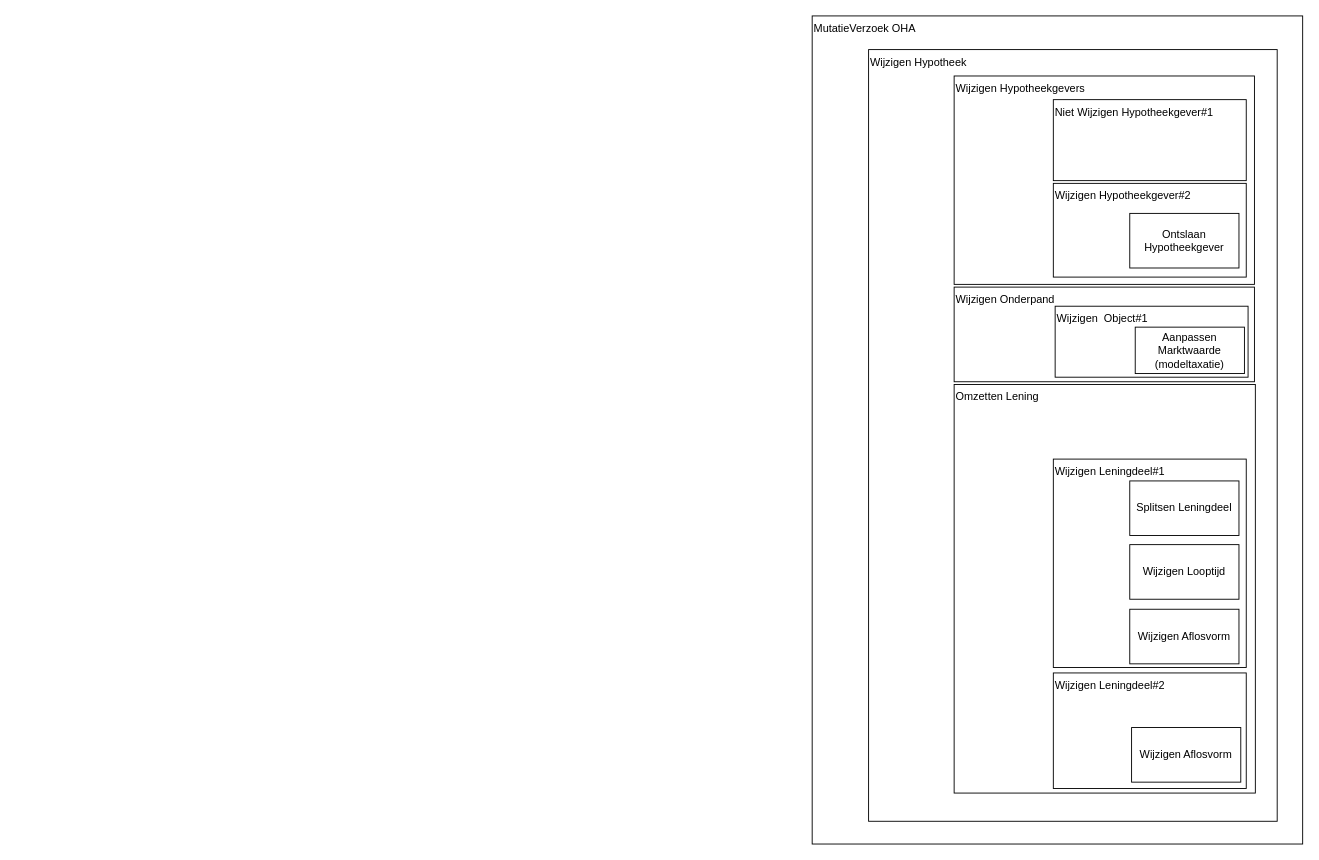
Above: GIm-GOM-GUM.drawio in luchthandel/diagrams (draw.io), before the change. Source tidied: cells renumbered, new cells numbered last; positions are measured from the earlier drawing's top-left corner, leaving out a move shared by most shapes. Both pictures are drawn from the tidied source at 91%, with x=0, y=0 at pixel (812, 15).
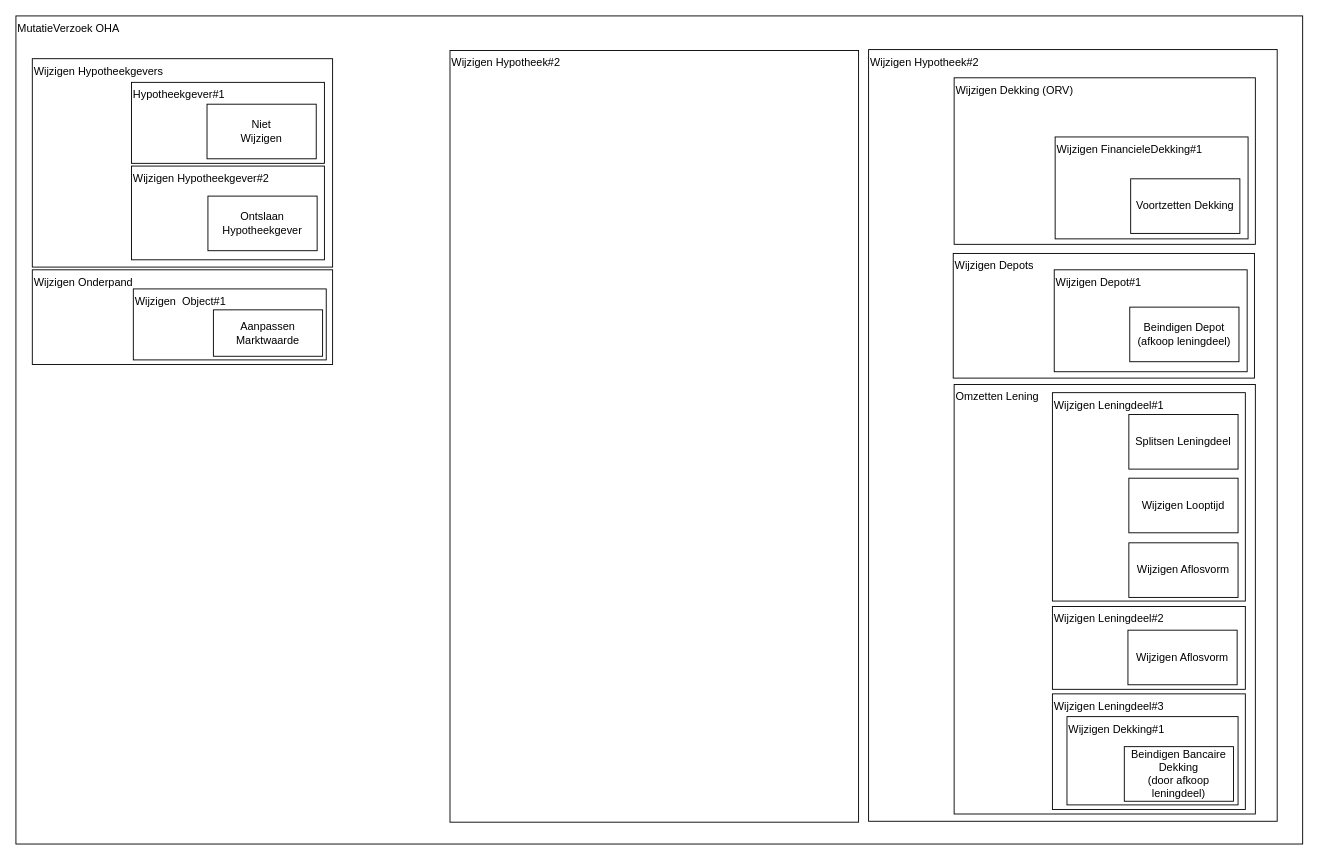
After the change.

Change to the diagram source:
```diff
@@
     <mxCell id="2" value="MutatieVerzoek OHA" style="rounded=0;whiteSpace=wrap;html=1;align=left;verticalAlign=top;" parent="1" vertex="1">
-      <mxGeometry width="539" height="910" as="geometry" />
+      <mxGeometry x="-875" width="1414" height="910" as="geometry" />
     </mxCell>
-    <mxCell id="3" value="Wijzigen Hypotheek" style="rounded=0;whiteSpace=wrap;html=1;align=left;verticalAlign=top;" parent="1" vertex="1">
+    <mxCell id="3" value="Wijzigen Hypotheek#2" style="rounded=0;whiteSpace=wrap;html=1;align=left;verticalAlign=top;" parent="1" vertex="1">
       <mxGeometry x="62" y="37" width="449" height="848" as="geometry" />
     </mxCell>
     <mxCell id="4" value="Omzetten Lening" style="rounded=0;whiteSpace=wrap;html=1;verticalAlign=top;align=left;" parent="1" vertex="1">
-      <mxGeometry x="156" y="405" width="331" height="449" as="geometry" />
+      <mxGeometry x="156" y="405" width="331" height="472" as="geometry" />
     </mxCell>
     <mxCell id="5" value="Wijzigen Hypotheekgevers" style="rounded=0;whiteSpace=wrap;html=1;verticalAlign=top;align=left;" parent="1" vertex="1">
-      <mxGeometry x="156" y="66" width="330" height="229" as="geometry" />
+      <mxGeometry x="-857" y="47" width="330" height="229" as="geometry" />
     </mxCell>
     <mxCell id="6" value="Wijzigen Leningdeel#1" style="rounded=0;whiteSpace=wrap;html=1;verticalAlign=top;align=left;" parent="1" vertex="1">
-      <mxGeometry x="265" y="487" width="212" height="229" as="geometry" />
+      <mxGeometry x="264" y="414" width="212" height="229" as="geometry" />
     </mxCell>
     <mxCell id="7" value="Wijzigen Aflosvorm" style="rounded=0;whiteSpace=wrap;html=1;" parent="1" vertex="1">
-      <mxGeometry x="349" y="652" width="120" height="60" as="geometry" />
+      <mxGeometry x="348" y="579" width="120" height="60" as="geometry" />
     </mxCell>
     <mxCell id="8" value="Splitsen Leningdeel" style="rounded=0;whiteSpace=wrap;html=1;" parent="1" vertex="1">
-      <mxGeometry x="349" y="511" width="120" height="60" as="geometry" />
+      <mxGeometry x="348" y="438" width="120" height="60" as="geometry" />
     </mxCell>
     <mxCell id="9" value="Wijzigen Looptijd" style="rounded=0;whiteSpace=wrap;html=1;" parent="1" vertex="1">
-      <mxGeometry x="349" y="581" width="120" height="60" as="geometry" />
+      <mxGeometry x="348" y="508" width="120" height="60" as="geometry" />
     </mxCell>
     <mxCell id="10" value="Wijzigen Leningdeel#2" style="rounded=0;whiteSpace=wrap;html=1;verticalAlign=top;align=left;" parent="1" vertex="1">
-      <mxGeometry x="265" y="722" width="212" height="127" as="geometry" />
+      <mxGeometry x="264" y="649" width="212" height="91" as="geometry" />
     </mxCell>
     <mxCell id="11" value="Wijzigen Aflosvorm" style="rounded=0;whiteSpace=wrap;html=1;" parent="1" vertex="1">
-      <mxGeometry x="351" y="782" width="120" height="60" as="geometry" />
+      <mxGeometry x="347" y="675" width="120" height="60" as="geometry" />
     </mxCell>
     <mxCell id="12" value="Wijzigen Hypotheekgever#2" style="rounded=0;whiteSpace=wrap;html=1;verticalAlign=top;align=left;" parent="1" vertex="1">
-      <mxGeometry x="265" y="184" width="212" height="103" as="geometry" />
+      <mxGeometry x="-748" y="165" width="212" height="103" as="geometry" />
     </mxCell>
     <mxCell id="13" value="Ontslaan Hypotheekgever" style="rounded=0;whiteSpace=wrap;html=1;" parent="1" vertex="1">
-      <mxGeometry x="349" y="217" width="120" height="60" as="geometry" />
+      <mxGeometry x="-664" y="198" width="120" height="60" as="geometry" />
     </mxCell>
-    <mxCell id="14" value="Niet Wijzigen Hypotheekgever#1" style="rounded=0;whiteSpace=wrap;html=1;verticalAlign=top;align=left;" parent="1" vertex="1">
-      <mxGeometry x="265" y="92" width="212" height="89" as="geometry" />
+    <mxCell id="14" value="Hypotheekgever#1" style="rounded=0;whiteSpace=wrap;html=1;verticalAlign=top;align=left;" parent="1" vertex="1">
+      <mxGeometry x="-748" y="73" width="212" height="89" as="geometry" />
     </mxCell>
     <mxCell id="15" value="Wijzigen Onderpand" style="rounded=0;whiteSpace=wrap;html=1;verticalAlign=top;align=left;" parent="1" vertex="1">
-      <mxGeometry x="156" y="298" width="330" height="104" as="geometry" />
+      <mxGeometry x="-857" y="279" width="330" height="104" as="geometry" />
     </mxCell>
     <mxCell id="16" value="Wijzigen&amp;nbsp; Object#1" style="rounded=0;whiteSpace=wrap;html=1;verticalAlign=top;align=left;" parent="1" vertex="1">
-      <mxGeometry x="267" y="319" width="212" height="78" as="geometry" />
+      <mxGeometry x="-746" y="300" width="212" height="78" as="geometry" />
     </mxCell>
-    <mxCell id="17" value="Aanpassen&lt;br&gt;Marktwaarde&lt;br&gt;(modeltaxatie)" style="rounded=0;whiteSpace=wrap;html=1;" parent="1" vertex="1">
-      <mxGeometry x="355" y="342" width="120" height="51" as="geometry" />
+    <mxCell id="17" value="Aanpassen&lt;br&gt;Marktwaarde" style="rounded=0;whiteSpace=wrap;html=1;" parent="1" vertex="1">
+      <mxGeometry x="-658" y="323" width="120" height="51" as="geometry" />
     </mxCell>
+    <mxCell id="18" value="Niet&lt;br&gt;Wijzigen" style="rounded=0;whiteSpace=wrap;html=1;" parent="1" vertex="1">
+      <mxGeometry x="-665" y="97" width="120" height="60" as="geometry" />
+    </mxCell>
+    <mxCell id="19" value="Wijzigen Hypotheek#2" style="rounded=0;whiteSpace=wrap;html=1;align=left;verticalAlign=top;" parent="1" vertex="1">
+      <mxGeometry x="-398" y="38" width="449" height="848" as="geometry" />
+    </mxCell>
+    <mxCell id="20" value="Wijzigen Depots" style="rounded=0;whiteSpace=wrap;html=1;verticalAlign=top;align=left;" parent="1" vertex="1">
+      <mxGeometry x="155" y="261" width="331" height="137" as="geometry" />
+    </mxCell>
+    <mxCell id="21" value="Wijzigen Dekking (ORV)" style="rounded=0;whiteSpace=wrap;html=1;verticalAlign=top;align=left;" parent="1" vertex="1">
+      <mxGeometry x="156" y="68" width="331" height="183" as="geometry" />
+    </mxCell>
+    <mxCell id="22" value="Wijzigen Depot#1" style="rounded=0;whiteSpace=wrap;html=1;verticalAlign=top;align=left;" parent="1" vertex="1">
+      <mxGeometry x="266" y="279" width="212" height="112" as="geometry" />
+    </mxCell>
+    <mxCell id="23" value="Beindigen Depot&lt;br&gt;(afkoop leningdeel)" style="rounded=0;whiteSpace=wrap;html=1;" parent="1" vertex="1">
+      <mxGeometry x="349" y="320" width="120" height="60" as="geometry" />
+    </mxCell>
+    <mxCell id="24" value="Wijzigen FinancieleDekking#1" style="rounded=0;whiteSpace=wrap;html=1;verticalAlign=top;align=left;" parent="1" vertex="1">
+      <mxGeometry x="267" y="133" width="212" height="112" as="geometry" />
+    </mxCell>
+    <mxCell id="25" value="Voortzetten Dekking" style="rounded=0;whiteSpace=wrap;html=1;" parent="1" vertex="1">
+      <mxGeometry x="350" y="179" width="120" height="60" as="geometry" />
+    </mxCell>
+    <mxCell id="26" value="Wijzigen Leningdeel#3" style="rounded=0;whiteSpace=wrap;html=1;verticalAlign=top;align=left;" parent="1" vertex="1">
+      <mxGeometry x="264" y="745" width="212" height="127" as="geometry" />
+    </mxCell>
+    <mxCell id="27" value="Wijzigen Dekking#1" style="rounded=0;whiteSpace=wrap;html=1;verticalAlign=top;align=left;" parent="1" vertex="1">
+      <mxGeometry x="280" y="770" width="188" height="97" as="geometry" />
+    </mxCell>
+    <mxCell id="28" value="Beindigen Bancaire&lt;br&gt;Dekking&lt;br&gt;(door afkoop leningdeel)" style="rounded=0;whiteSpace=wrap;html=1;" parent="1" vertex="1">
+      <mxGeometry x="343" y="803" width="120" height="60" as="geometry" />
+    </mxCell>
```
